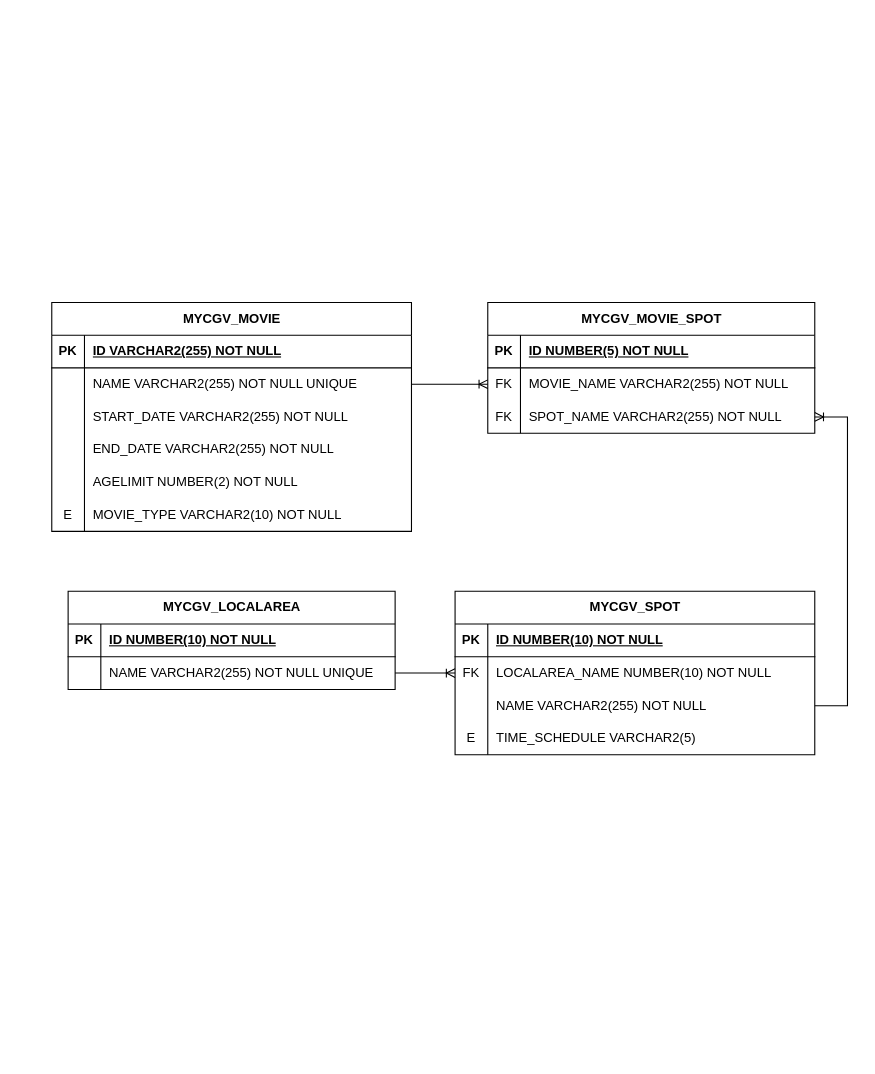
jaehyeonkim0/mycgv keeps this draw.io diagram as new mycgv_erd.drawio. Above is the earlier version. Source tidied: cells renumbered, new cells numbered last; positions are measured from the earlier drawing's top-left corner, leaving out a move shared by most shapes. Both pictures are drawn from the tidied source at 109%, with x=0, y=0 at pixel (51, 302).
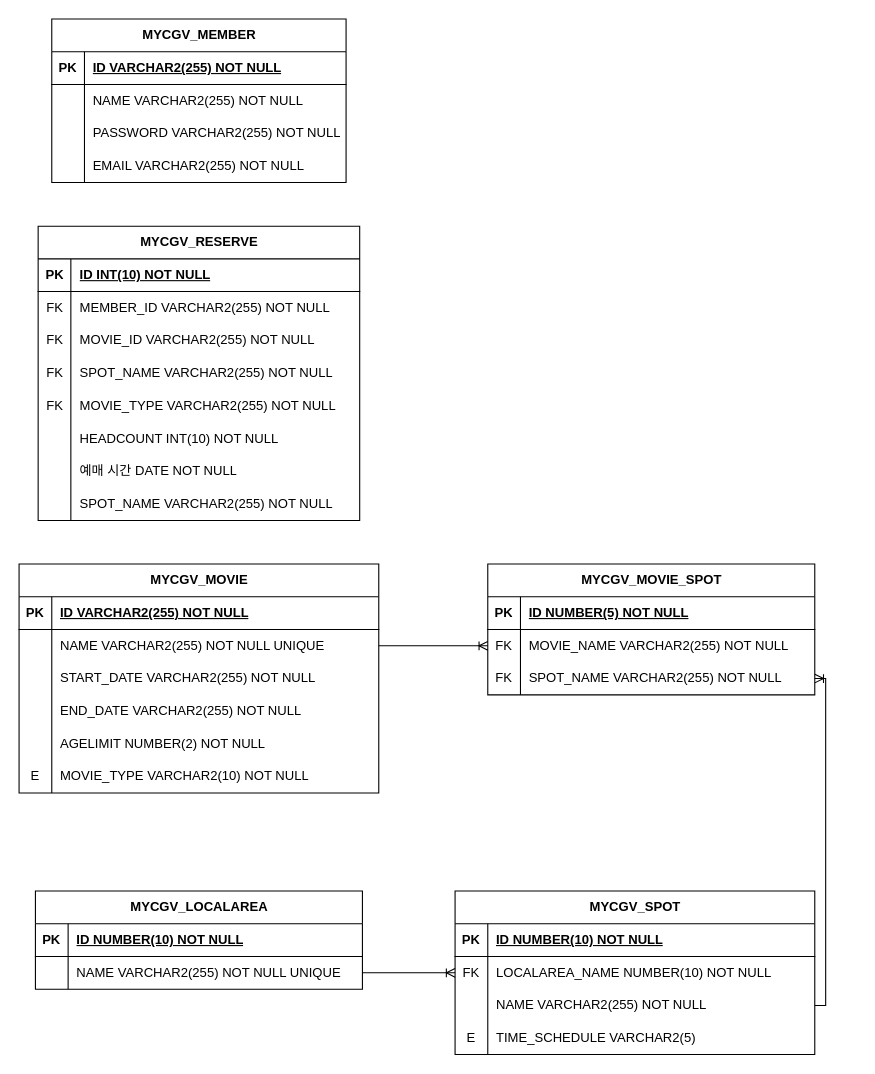
After the change.

Unchanged cells that the change refers to:
```xml
<mxCell id="35" style="shape=tableRow;horizontal=0;startSize=0;swimlaneHead=0;swimlaneBody=0;fillColor=none;points=[[0,0.5],[1,0.5]];portConstraint=eastwest;top=0;left=0;right=0;bottom=0;" parent="28" vertex="1">
  <mxGeometry y="90" width="330" height="30" as="geometry" />
</mxCell>
<mxCell id="49" style="shape=tableRow;horizontal=0;startSize=0;swimlaneHead=0;swimlaneBody=0;fillColor=none;points=[[0,0.5],[1,0.5]];portConstraint=eastwest;top=0;left=0;right=0;bottom=0;" parent="42" vertex="1">
  <mxGeometry y="90" width="300" height="30" as="geometry" />
</mxCell>
```

Diff of the diagram source:
```diff
@@
     <mxCell id="2" value="MYCGV_MOVIE" style="shape=table;startSize=30;childLayout=tableLayout;rowLines=0;fontStyle=1;align=center;html=1;" parent="1" vertex="1">
-      <mxGeometry width="330" height="210" as="geometry" />
+      <mxGeometry x="-30" y="240" width="330" height="210" as="geometry" />
     </mxCell>
@@
     <mxCell id="21" value="MYCGV_LOCALAREA" style="shape=table;startSize=30;childLayout=tableLayout;rowLines=0;fontStyle=1;align=center;html=1;" parent="1" vertex="1">
-      <mxGeometry x="15" y="265" width="300" height="90" as="geometry" />
+      <mxGeometry x="-15" y="540" width="300" height="90" as="geometry" />
     </mxCell>
@@
     <mxCell id="28" value="MYCGV_SPOT" style="shape=table;startSize=30;childLayout=tableLayout;rowLines=0;fontStyle=1;align=center;html=1;" parent="1" vertex="1">
-      <mxGeometry x="370" y="265" width="330" height="150" as="geometry" />
+      <mxGeometry x="370" y="540" width="330" height="150" as="geometry" />
     </mxCell>
@@
     <mxCell id="42" value="MYCGV_MOVIE_SPOT" style="shape=table;startSize=30;childLayout=tableLayout;rowLines=0;fontStyle=1;align=center;html=1;" parent="1" vertex="1">
-      <mxGeometry x="400" width="300" height="120" as="geometry" />
+      <mxGeometry x="400" y="240" width="300" height="120" as="geometry" />
     </mxCell>
@@
     <mxCell id="53" style="edgeStyle=orthogonalEdgeStyle;fontSize=12;html=1;endArrow=ERoneToMany;rounded=0;exitX=1;exitY=0.5;exitDx=0;exitDy=0;entryX=1;entryY=0.5;entryDx=0;entryDy=0;" parent="1" edge="1" source="35" target="49">
-      <mxGeometry relative="1" as="geometry">
-        <Array as="points">
-          <mxPoint x="730" y="370" />
-          <mxPoint x="730" y="105" />
-        </Array>
-      </mxGeometry>
+      <mxGeometry relative="1" as="geometry" />
     </mxCell>
+    <mxCell id="54" value="MYCGV_MEMBER" style="shape=table;startSize=30;childLayout=tableLayout;rowLines=0;fontStyle=1;align=center;html=1;" parent="1" vertex="1">
+      <mxGeometry y="-260" width="270" height="150" as="geometry" />
+    </mxCell>
+    <mxCell id="55" style="shape=tableRow;horizontal=0;startSize=0;swimlaneHead=0;swimlaneBody=0;fillColor=none;top=0;left=0;right=0;bottom=1;" parent="54" vertex="1">
+      <mxGeometry y="30" width="270" height="30" as="geometry" />
+    </mxCell>
+    <mxCell id="56" value="PK" style="shape=partialRectangle;fillColor=none;top=0;left=0;bottom=0;right=0;fontStyle=1;overflow=hidden;whiteSpace=wrap;html=1;" parent="55" vertex="1">
+      <mxGeometry width="30" height="30" as="geometry" />
+    </mxCell>
+    <mxCell id="57" value="ID VARCHAR2(255) NOT NULL" style="shape=partialRectangle;fillColor=none;top=0;left=0;bottom=0;right=0;align=left;spacingLeft=6;fontStyle=5;overflow=hidden;whiteSpace=wrap;html=1;" parent="55" vertex="1">
+      <mxGeometry x="30" width="240" height="30" as="geometry" />
+    </mxCell>
+    <mxCell id="58" style="shape=tableRow;horizontal=0;startSize=0;swimlaneHead=0;swimlaneBody=0;fillColor=none;top=0;left=0;right=0;bottom=0;" parent="54" vertex="1">
+      <mxGeometry y="60" width="270" height="30" as="geometry" />
+    </mxCell>
+    <mxCell id="59" style="shape=partialRectangle;fillColor=none;top=0;left=0;bottom=0;right=0;overflow=hidden;whiteSpace=wrap;html=1;" parent="58" vertex="1">
+      <mxGeometry width="30" height="30" as="geometry" />
+    </mxCell>
+    <mxCell id="60" value="NAME VARCHAR2(255) NOT NULL" style="shape=partialRectangle;fillColor=none;top=0;left=0;bottom=0;right=0;align=left;spacingLeft=6;overflow=hidden;whiteSpace=wrap;html=1;" parent="58" vertex="1">
+      <mxGeometry x="30" width="240" height="30" as="geometry" />
+    </mxCell>
+    <mxCell id="61" style="shape=tableRow;horizontal=0;startSize=0;swimlaneHead=0;swimlaneBody=0;fillColor=none;top=0;left=0;right=0;bottom=0;" parent="54" vertex="1">
+      <mxGeometry y="90" width="270" height="30" as="geometry" />
+    </mxCell>
+    <mxCell id="62" style="shape=partialRectangle;fillColor=none;top=0;left=0;bottom=0;right=0;overflow=hidden;whiteSpace=wrap;html=1;" parent="61" vertex="1">
+      <mxGeometry width="30" height="30" as="geometry" />
+    </mxCell>
+    <mxCell id="63" value="PASSWORD VARCHAR2(255) NOT NULL" style="shape=partialRectangle;fillColor=none;top=0;left=0;bottom=0;right=0;align=left;spacingLeft=6;overflow=hidden;whiteSpace=wrap;html=1;" parent="61" vertex="1">
+      <mxGeometry x="30" width="240" height="30" as="geometry" />
+    </mxCell>
+    <mxCell id="64" style="shape=tableRow;horizontal=0;startSize=0;swimlaneHead=0;swimlaneBody=0;fillColor=none;top=0;left=0;right=0;bottom=0;" parent="54" vertex="1">
+      <mxGeometry y="120" width="270" height="30" as="geometry" />
+    </mxCell>
+    <mxCell id="65" style="shape=partialRectangle;fillColor=none;top=0;left=0;bottom=0;right=0;overflow=hidden;whiteSpace=wrap;html=1;" parent="64" vertex="1">
+      <mxGeometry width="30" height="30" as="geometry" />
+    </mxCell>
+    <mxCell id="66" value="EMAIL VARCHAR2(255) NOT NULL" style="shape=partialRectangle;fillColor=none;top=0;left=0;bottom=0;right=0;align=left;spacingLeft=6;overflow=hidden;whiteSpace=wrap;html=1;" parent="64" vertex="1">
+      <mxGeometry x="30" width="240" height="30" as="geometry" />
+    </mxCell>
+    <mxCell id="67" value="MYCGV_RESERVE" style="shape=table;startSize=30;childLayout=tableLayout;rowLines=0;fontStyle=1;align=center;html=1;" parent="1" vertex="1">
+      <mxGeometry x="-12.5" y="-70" width="295" height="270" as="geometry" />
+    </mxCell>
+    <mxCell id="68" style="shape=tableRow;horizontal=0;startSize=0;swimlaneHead=0;swimlaneBody=0;fillColor=none;top=0;left=0;right=0;bottom=1;" parent="67" vertex="1">
+      <mxGeometry y="30" width="295" height="30" as="geometry" />
+    </mxCell>
+    <mxCell id="69" value="PK" style="shape=partialRectangle;fillColor=none;top=0;left=0;bottom=0;right=0;fontStyle=1;overflow=hidden;whiteSpace=wrap;html=1;" parent="68" vertex="1">
+      <mxGeometry width="30" height="30" as="geometry" />
+    </mxCell>
+    <mxCell id="70" value="ID INT(10) NOT NULL" style="shape=partialRectangle;fillColor=none;top=0;left=0;bottom=0;right=0;align=left;spacingLeft=6;fontStyle=5;overflow=hidden;whiteSpace=wrap;html=1;" parent="68" vertex="1">
+      <mxGeometry x="30" width="265" height="30" as="geometry" />
+    </mxCell>
+    <mxCell id="71" style="shape=tableRow;horizontal=0;startSize=0;swimlaneHead=0;swimlaneBody=0;fillColor=none;top=0;left=0;right=0;bottom=0;" parent="67" vertex="1">
+      <mxGeometry y="60" width="295" height="30" as="geometry" />
+    </mxCell>
+    <mxCell id="72" value="FK" style="shape=partialRectangle;fillColor=none;top=0;left=0;bottom=0;right=0;overflow=hidden;whiteSpace=wrap;html=1;" parent="71" vertex="1">
+      <mxGeometry width="30" height="30" as="geometry" />
+    </mxCell>
+    <mxCell id="73" value="MEMBER_ID VARCHAR2(255) NOT NULL" style="shape=partialRectangle;fillColor=none;top=0;left=0;bottom=0;right=0;align=left;spacingLeft=6;overflow=hidden;whiteSpace=wrap;html=1;" parent="71" vertex="1">
+      <mxGeometry x="30" width="265" height="30" as="geometry" />
+    </mxCell>
+    <mxCell id="74" style="shape=tableRow;horizontal=0;startSize=0;swimlaneHead=0;swimlaneBody=0;fillColor=none;top=0;left=0;right=0;bottom=0;" parent="67" vertex="1">
+      <mxGeometry y="90" width="295" height="30" as="geometry" />
+    </mxCell>
+    <mxCell id="75" value="FK" style="shape=partialRectangle;fillColor=none;top=0;left=0;bottom=0;right=0;overflow=hidden;whiteSpace=wrap;html=1;" parent="74" vertex="1">
+      <mxGeometry width="30" height="30" as="geometry" />
+    </mxCell>
+    <mxCell id="76" value="MOVIE_ID VARCHAR2(255) NOT NULL" style="shape=partialRectangle;fillColor=none;top=0;left=0;bottom=0;right=0;align=left;spacingLeft=6;overflow=hidden;whiteSpace=wrap;html=1;" parent="74" vertex="1">
+      <mxGeometry x="30" width="265" height="30" as="geometry" />
+    </mxCell>
+    <mxCell id="77" style="shape=tableRow;horizontal=0;startSize=0;swimlaneHead=0;swimlaneBody=0;fillColor=none;top=0;left=0;right=0;bottom=0;" parent="67" vertex="1">
+      <mxGeometry y="120" width="295" height="30" as="geometry" />
+    </mxCell>
+    <mxCell id="78" value="FK" style="shape=partialRectangle;fillColor=none;top=0;left=0;bottom=0;right=0;overflow=hidden;whiteSpace=wrap;html=1;" parent="77" vertex="1">
+      <mxGeometry width="30" height="30" as="geometry" />
+    </mxCell>
+    <mxCell id="79" value="SPOT_NAME VARCHAR2(255) NOT NULL" style="shape=partialRectangle;fillColor=none;top=0;left=0;bottom=0;right=0;align=left;spacingLeft=6;overflow=hidden;whiteSpace=wrap;html=1;" parent="77" vertex="1">
+      <mxGeometry x="30" width="265" height="30" as="geometry" />
+    </mxCell>
+    <mxCell id="80" style="shape=tableRow;horizontal=0;startSize=0;swimlaneHead=0;swimlaneBody=0;fillColor=none;top=0;left=0;right=0;bottom=0;" parent="67" vertex="1">
+      <mxGeometry y="150" width="295" height="30" as="geometry" />
+    </mxCell>
+    <mxCell id="81" value="FK" style="shape=partialRectangle;fillColor=none;top=0;left=0;bottom=0;right=0;overflow=hidden;whiteSpace=wrap;html=1;" parent="80" vertex="1">
+      <mxGeometry width="30" height="30" as="geometry" />
+    </mxCell>
+    <mxCell id="82" value="MOVIE_TYPE VARCHAR2(255) NOT NULL" style="shape=partialRectangle;fillColor=none;top=0;left=0;bottom=0;right=0;align=left;spacingLeft=6;overflow=hidden;whiteSpace=wrap;html=1;" parent="80" vertex="1">
+      <mxGeometry x="30" width="265" height="30" as="geometry" />
+    </mxCell>
+    <mxCell id="83" style="shape=tableRow;horizontal=0;startSize=0;swimlaneHead=0;swimlaneBody=0;fillColor=none;top=0;left=0;right=0;bottom=0;" parent="67" vertex="1">
+      <mxGeometry y="180" width="295" height="30" as="geometry" />
+    </mxCell>
+    <mxCell id="84" style="shape=partialRectangle;fillColor=none;top=0;left=0;bottom=0;right=0;overflow=hidden;whiteSpace=wrap;html=1;" parent="83" vertex="1">
+      <mxGeometry width="30" height="30" as="geometry" />
+    </mxCell>
+    <mxCell id="85" value="HEADCOUNT INT(10) NOT NULL" style="shape=partialRectangle;fillColor=none;top=0;left=0;bottom=0;right=0;align=left;spacingLeft=6;overflow=hidden;whiteSpace=wrap;html=1;" parent="83" vertex="1">
+      <mxGeometry x="30" width="265" height="30" as="geometry" />
+    </mxCell>
+    <mxCell id="86" style="shape=tableRow;horizontal=0;startSize=0;swimlaneHead=0;swimlaneBody=0;fillColor=none;top=0;left=0;right=0;bottom=0;" parent="67" vertex="1">
+      <mxGeometry y="210" width="295" height="30" as="geometry" />
+    </mxCell>
+    <mxCell id="87" style="shape=partialRectangle;fillColor=none;top=0;left=0;bottom=0;right=0;overflow=hidden;whiteSpace=wrap;html=1;" parent="86" vertex="1">
+      <mxGeometry width="30" height="30" as="geometry" />
+    </mxCell>
+    <mxCell id="88" value="예매 시간 DATE NOT NULL" style="shape=partialRectangle;fillColor=none;top=0;left=0;bottom=0;right=0;align=left;spacingLeft=6;overflow=hidden;whiteSpace=wrap;html=1;" parent="86" vertex="1">
+      <mxGeometry x="30" width="265" height="30" as="geometry" />
+    </mxCell>
+    <mxCell id="89" style="shape=tableRow;horizontal=0;startSize=0;swimlaneHead=0;swimlaneBody=0;fillColor=none;top=0;left=0;right=0;bottom=0;" parent="67" vertex="1">
+      <mxGeometry y="240" width="295" height="30" as="geometry" />
+    </mxCell>
+    <mxCell id="90" style="shape=partialRectangle;fillColor=none;top=0;left=0;bottom=0;right=0;overflow=hidden;whiteSpace=wrap;html=1;" parent="89" vertex="1">
+      <mxGeometry width="30" height="30" as="geometry" />
+    </mxCell>
+    <mxCell id="91" value="SPOT_NAME VARCHAR2(255) NOT NULL" style="shape=partialRectangle;fillColor=none;top=0;left=0;bottom=0;right=0;align=left;spacingLeft=6;overflow=hidden;whiteSpace=wrap;html=1;" parent="89" vertex="1">
+      <mxGeometry x="30" width="265" height="30" as="geometry" />
+    </mxCell>
```
